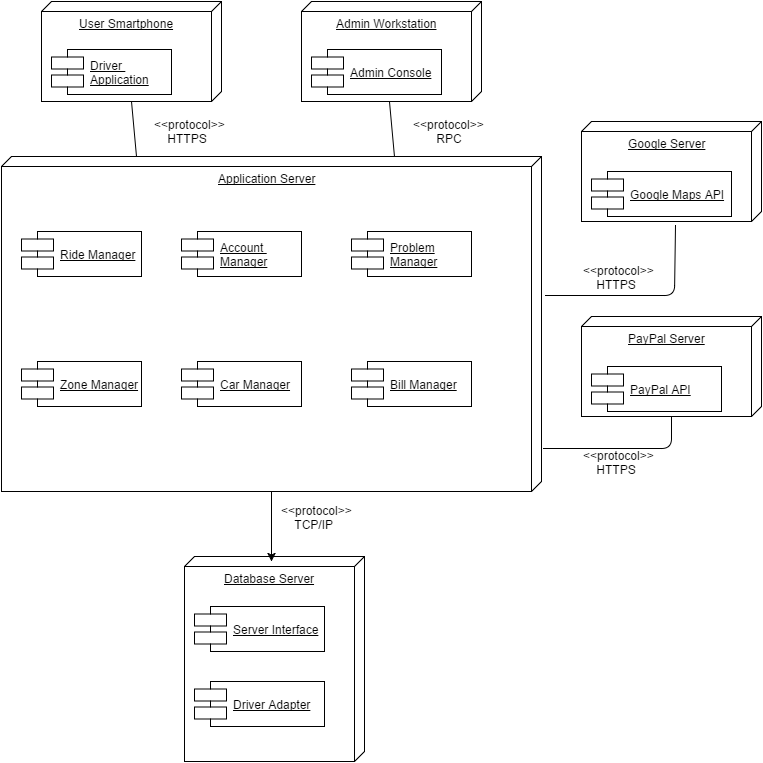
This is Workspace/DD/Resources/DeploymentDiagram.png from FrancescoZ/PowerEnJoy, a draw.io export, as it was before one commit. Source tidied: cells renumbered, new cells last; positions are measured from the earlier drawing's top-left corner, leaving out a move shared by most shapes.
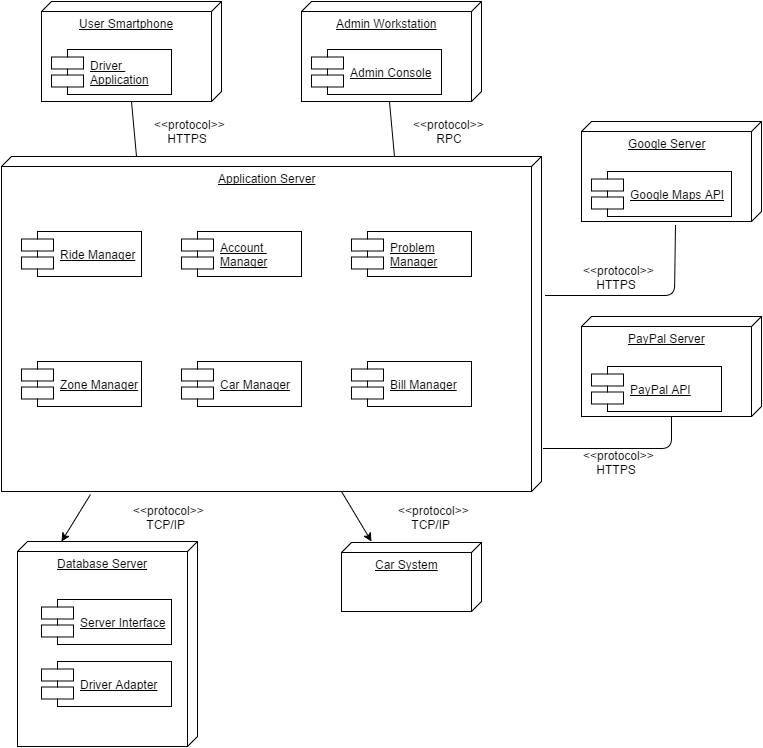
After the commit.

Commit message:
Deployment Diagram fixed

What changed in the source:
```diff
@@ -82,22 +82,34 @@
         </Array>
       </mxGeometry>
     </mxCell>
-    <mxCell id="25" style="endArrow=classic;html=1;strokeColor=#000000;fontSize=12;fontColor=none;exitX=1;exitY=0.5;" parent="1" edge="1" source="10">
-      <mxGeometry relative="1" as="geometry">
-        <mxPoint x="270" y="560" as="targetPoint" />
-      </mxGeometry>
-    </mxCell>
     <mxCell id="26" value="&lt;div style=&quot;text-align: right&quot;&gt;&lt;span&gt;Database Server&lt;/span&gt;&lt;/div&gt;" style="verticalAlign=top;align=center;spacingTop=8;spacingLeft=2;spacingRight=12;shape=cube;size=10;direction=south;fontStyle=4;html=1;rounded=0;shadow=0;labelBackgroundColor=none;strokeColor=#000000;strokeWidth=1;fillColor=none;gradientColor=#ffffff;fontSize=12;fontColor=none;" parent="1" vertex="1">
-      <mxGeometry x="183" y="555" width="180" height="205" as="geometry" />
+      <mxGeometry x="16" y="540" width="180" height="205" as="geometry" />
     </mxCell>
     <mxCell id="27" value="&lt;u&gt;Server Interface&lt;/u&gt;" style="shape=component;align=left;spacingLeft=36;rounded=0;shadow=0;labelBackgroundColor=none;strokeColor=#000000;strokeWidth=1;fillColor=none;gradientColor=#ffffff;fontSize=12;fontColor=none;html=1;" parent="1" vertex="1">
-      <mxGeometry x="193" y="605" width="130" height="45" as="geometry" />
+      <mxGeometry x="40" y="598" width="130" height="45" as="geometry" />
     </mxCell>
     <mxCell id="28" value="&lt;u&gt;Driver Adapter&lt;/u&gt;" style="shape=component;align=left;spacingLeft=36;rounded=0;shadow=0;labelBackgroundColor=none;strokeColor=#000000;strokeWidth=1;fillColor=none;gradientColor=#ffffff;fontSize=12;fontColor=none;html=1;" parent="1" vertex="1">
-      <mxGeometry x="193" y="680" width="130" height="45" as="geometry" />
+      <mxGeometry x="40" y="660" width="130" height="45" as="geometry" />
     </mxCell>
     <mxCell id="29" value="&amp;lt;&amp;lt;protocol&amp;gt;&amp;gt;&lt;div&gt;&amp;nbsp; &amp;nbsp; TCP/IP&lt;/div&gt;" style="text;html=1;align=left;verticalAlign=top;spacingTop=-4;fontSize=12;fontColor=none;" parent="1" vertex="1">
-      <mxGeometry x="278" y="500" width="90" height="30" as="geometry" />
+      <mxGeometry x="130" y="500" width="90" height="30" as="geometry" />
     </mxCell>
+    <mxCell id="30" style="endArrow=classic;html=1;strokeColor=#000000;fontSize=9;fontColor=none;exitX=1.008;exitY=0.836;exitPerimeter=0;" parent="1" edge="1" source="10">
+      <mxGeometry relative="1" as="geometry">
+        <mxPoint x="60" y="540" as="targetPoint" />
+      </mxGeometry>
+    </mxCell>
+    <mxCell id="31" value="&lt;div style=&quot;text-align: right&quot;&gt;&lt;span&gt;Car System&lt;/span&gt;&lt;/div&gt;" style="verticalAlign=top;align=center;spacingTop=8;spacingLeft=2;spacingRight=12;shape=cube;size=10;direction=south;fontStyle=4;html=1;rounded=0;shadow=0;labelBackgroundColor=none;strokeColor=#000000;strokeWidth=1;fillColor=none;gradientColor=#ffffff;fontSize=12;fontColor=none;" parent="1" vertex="1">
+      <mxGeometry x="340" y="541" width="140" height="69" as="geometry" />
+    </mxCell>
+    <mxCell id="32" value="&amp;lt;&amp;lt;protocol&amp;gt;&amp;gt;&lt;div&gt;&amp;nbsp; &amp;nbsp; TCP/IP&lt;/div&gt;" style="text;html=1;align=left;verticalAlign=top;spacingTop=-4;fontSize=12;fontColor=none;" parent="1" vertex="1">
+      <mxGeometry x="395" y="500" width="90" height="30" as="geometry" />
+    </mxCell>
+    <mxCell id="33" style="endArrow=classic;html=1;strokeColor=#000000;fontSize=9;fontColor=none;" parent="1" edge="1">
+      <mxGeometry relative="1" as="geometry">
+        <mxPoint x="340" y="490" as="sourcePoint" />
+        <mxPoint x="370" y="540" as="targetPoint" />
+      </mxGeometry>
+    </mxCell>
   </root>
 </mxGraphModel>
```
